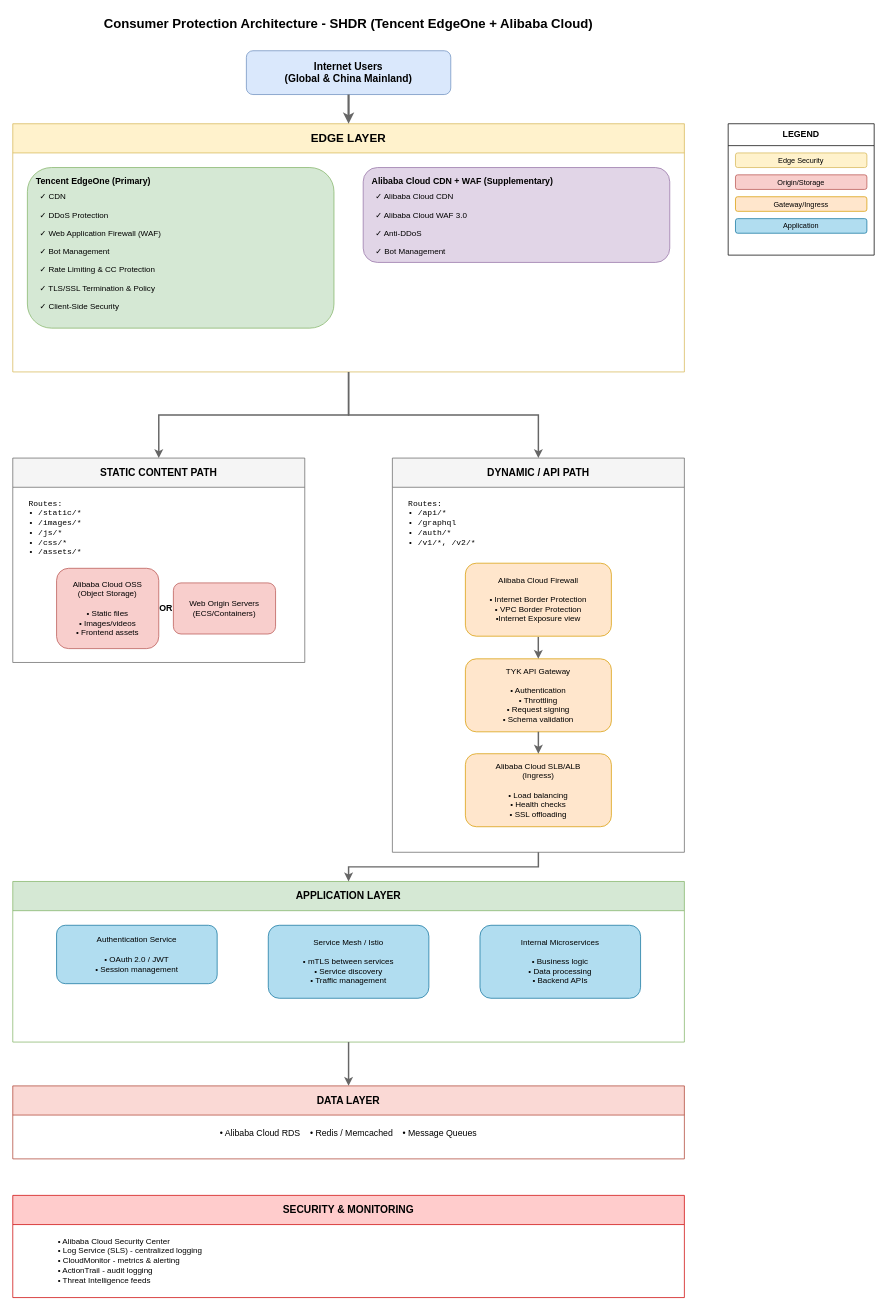
disncp100/cve_test keeps this draw.io diagram as Untitled Diagram1.drawio. Above is the earlier version. Source tidied: cells renumbered, new cells numbered last; positions are measured from the earlier drawing's top-left corner, leaving out a move shared by most shapes. Both pictures are drawn from the tidied source at 73%, with x=0, y=0 at pixel (12, 12).
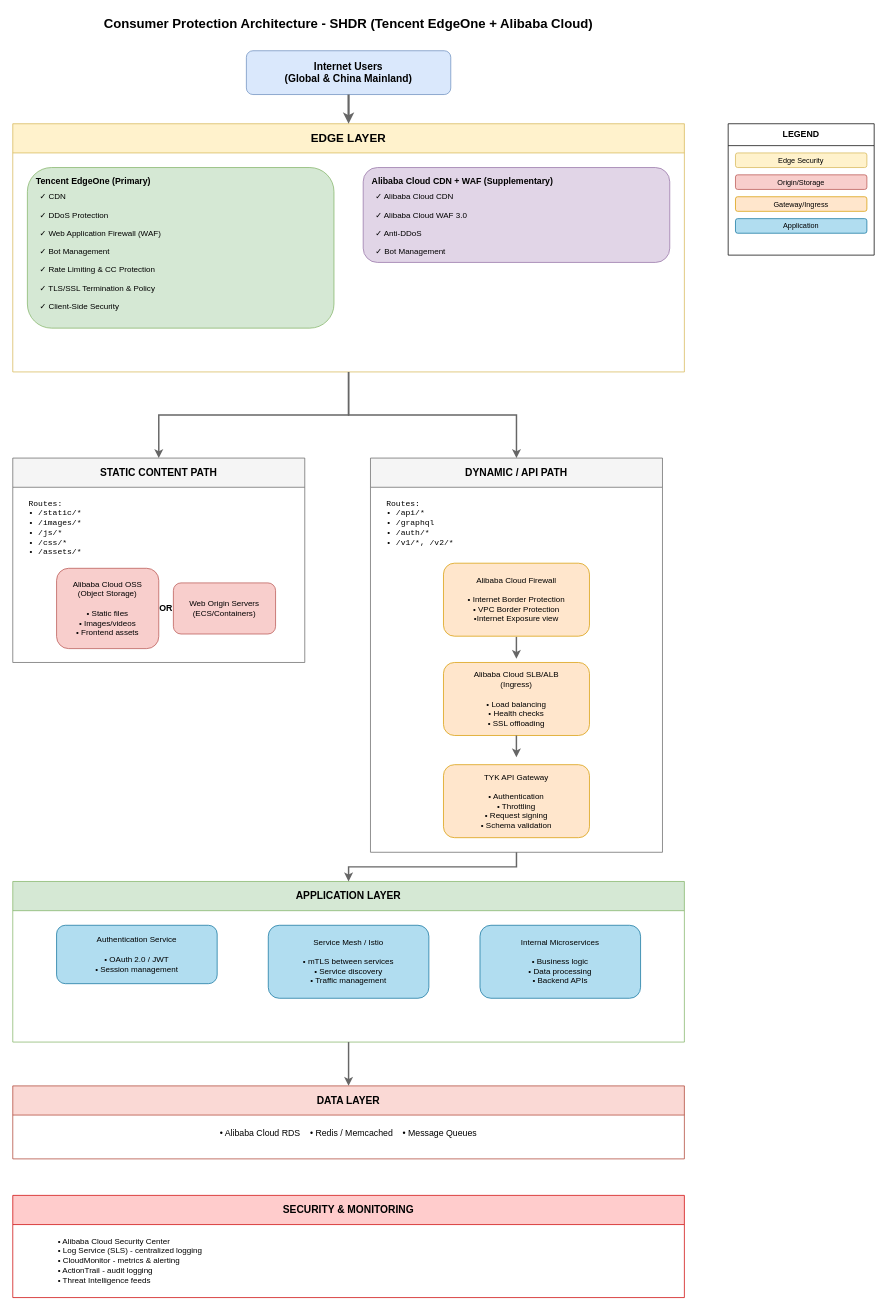
The same diagram, later.

The edit, as a diff of the source:
```diff
@@
     <mxCell id="23" value="DYNAMIC / API PATH" style="swimlane;whiteSpace=wrap;html=1;fillColor=#f5f5f5;strokeColor=#666666;fontSize=14;fontStyle=1;startSize=40;" parent="1" vertex="1">
-      <mxGeometry x="520" y="610" width="400" height="540" as="geometry" />
+      <mxGeometry x="490" y="610" width="400" height="540" as="geometry" />
     </mxCell>
@@
-    <mxCell id="25" value="TYK API Gateway&lt;br&gt;&lt;br&gt;• Authentication&lt;br&gt;• Throttling&lt;br&gt;• Request signing&lt;br&gt;• Schema validation" style="rounded=1;whiteSpace=wrap;html=1;fillColor=#ffe6cc;strokeColor=#d79b00;fontSize=11;align=center;" parent="23" vertex="1">
-      <mxGeometry x="100" y="275" width="200" height="100" as="geometry" />
-    </mxCell>
-    <mxCell id="26" value="Alibaba Cloud SLB/ALB&#10;(Ingress)&#10;&#10;• Load balancing&#10;• Health checks&#10;• SSL offloading" style="rounded=1;whiteSpace=wrap;html=1;fillColor=#ffe6cc;strokeColor=#d79b00;fontSize=11;align=center;" parent="23" vertex="1">
-      <mxGeometry x="100" y="405" width="200" height="100" as="geometry" />
-    </mxCell>
-    <mxCell id="27" style="edgeStyle=orthogonalEdgeStyle;rounded=0;jettySize=auto;html=1;strokeWidth=2;strokeColor=#666666;" parent="23" edge="1" source="25" target="26">
-      <mxGeometry relative="1" as="geometry" />
-    </mxCell>
@@
+    <mxCell id="26" value="Alibaba Cloud SLB/ALB&#10;(Ingress)&#10;&#10;• Load balancing&#10;• Health checks&#10;• SSL offloading" style="rounded=1;whiteSpace=wrap;html=1;fillColor=#ffe6cc;strokeColor=#d79b00;fontSize=11;align=center;" parent="23" vertex="1">
+      <mxGeometry x="100" y="280" width="200" height="100" as="geometry" />
+    </mxCell>
+    <mxCell id="48" style="edgeStyle=orthogonalEdgeStyle;rounded=0;orthogonalLoop=1;jettySize=auto;html=1;strokeWidth=2;strokeColor=#666666;" parent="23" edge="1">
+      <mxGeometry relative="1" as="geometry">
+        <mxPoint x="199.9" y="380" as="sourcePoint" />
+        <mxPoint x="199.9" y="410" as="targetPoint" />
+      </mxGeometry>
+    </mxCell>
+    <mxCell id="25" value="TYK API Gateway&lt;br&gt;&lt;br&gt;• Authentication&lt;br&gt;• Throttling&lt;br&gt;• Request signing&lt;br&gt;• Schema validation" style="rounded=1;whiteSpace=wrap;html=1;fillColor=#ffe6cc;strokeColor=#d79b00;fontSize=11;align=center;" parent="23" vertex="1">
+      <mxGeometry x="100" y="420" width="200" height="100" as="geometry" />
+    </mxCell>
```
